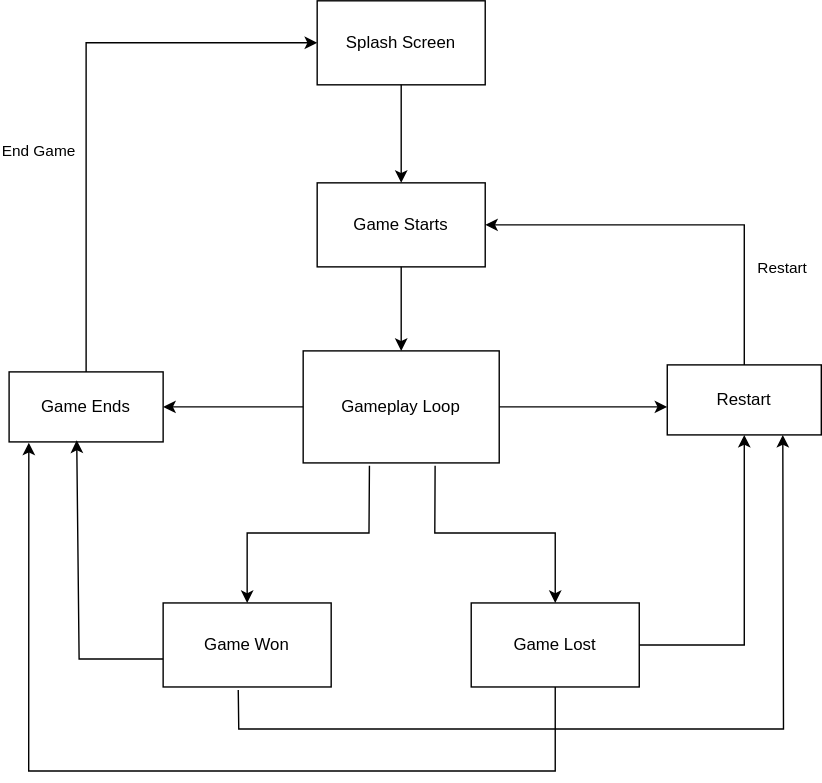
Earlier version of the draw.io export DesignDiagrams/Advanced Features.drawio.svg (king525dev/AngryBirds-NEA). Source tidied: cells renumbered, new cells last; positions are measured from the earlier drawing's top-left corner, leaving out a move shared by most shapes. The source it was exported from:
```xml
<mxGraphModel>
  <root>
    <mxCell id="0" />
    <mxCell id="1" parent="0" />
    <mxCell id="2" value="Game Starts" style="rounded=0;whiteSpace=wrap;html=1;" parent="1" vertex="1">
      <mxGeometry x="220" y="130" width="120" height="60" as="geometry" />
    </mxCell>
    <mxCell id="3" style="endArrow=classic;html=1;rounded=0;exitX=0.5;exitY=1;exitDx=0;exitDy=0;" parent="1" edge="1" source="2">
      <mxGeometry relative="1" as="geometry">
        <mxPoint x="280" y="250" as="targetPoint" />
      </mxGeometry>
    </mxCell>
    <mxCell id="4" value="Gameplay Loop" style="rounded=0;whiteSpace=wrap;html=1;" parent="1" vertex="1">
      <mxGeometry x="210" y="250" width="140" height="80" as="geometry" />
    </mxCell>
    <mxCell id="5" value="Restart" style="rounded=0;whiteSpace=wrap;html=1;" parent="1" vertex="1">
      <mxGeometry x="470" y="260" width="110" height="50" as="geometry" />
    </mxCell>
    <mxCell id="6" style="endArrow=classic;html=1;rounded=0;exitX=1;exitY=0.5;exitDx=0;exitDy=0;entryX=0;entryY=0.6;entryDx=0;entryDy=0;entryPerimeter=0;" parent="1" edge="1" source="4" target="5">
      <mxGeometry relative="1" as="geometry" />
    </mxCell>
    <mxCell id="7" style="endArrow=classic;html=1;rounded=0;exitX=0.5;exitY=0;exitDx=0;exitDy=0;entryX=1;entryY=0.5;entryDx=0;entryDy=0;" parent="1" edge="1" source="5" target="2">
      <mxGeometry relative="1" as="geometry">
        <Array as="points">
          <mxPoint x="525" y="160" />
        </Array>
      </mxGeometry>
    </mxCell>
    <mxCell id="8" value="Restart" style="edgeLabel;html=1;align=center;verticalAlign=middle;" parent="7" vertex="1">
      <mxGeometry x="-0.51" y="-1" relative="1" as="geometry">
        <mxPoint x="25" as="offset" />
      </mxGeometry>
    </mxCell>
    <mxCell id="9" value="Game Ends" style="rounded=0;whiteSpace=wrap;html=1;" parent="1" vertex="1">
      <mxGeometry y="265" width="110" height="50" as="geometry" />
    </mxCell>
    <mxCell id="10" style="endArrow=classic;html=1;rounded=0;exitX=0;exitY=0.5;exitDx=0;exitDy=0;entryX=1;entryY=0.5;entryDx=0;entryDy=0;" parent="1" edge="1" source="4" target="9">
      <mxGeometry relative="1" as="geometry" />
    </mxCell>
    <mxCell id="11" value="Game Won" style="rounded=0;whiteSpace=wrap;html=1;" parent="1" vertex="1">
      <mxGeometry x="110" y="430" width="120" height="60" as="geometry" />
    </mxCell>
    <mxCell id="12" value="Splash Screen" style="rounded=0;whiteSpace=wrap;html=1;" parent="1" vertex="1">
      <mxGeometry x="220" width="120" height="60" as="geometry" />
    </mxCell>
    <mxCell id="13" style="endArrow=classic;html=1;rounded=0;exitX=0.5;exitY=1;exitDx=0;exitDy=0;entryX=0.5;entryY=0;entryDx=0;entryDy=0;" parent="1" edge="1" source="12" target="2">
      <mxGeometry relative="1" as="geometry" />
    </mxCell>
    <mxCell id="14" style="endArrow=classic;html=1;rounded=0;exitX=0.5;exitY=0;exitDx=0;exitDy=0;entryX=0;entryY=0.5;entryDx=0;entryDy=0;" parent="1" edge="1" source="9" target="12">
      <mxGeometry relative="1" as="geometry">
        <Array as="points">
          <mxPoint x="55" y="30" />
        </Array>
      </mxGeometry>
    </mxCell>
    <mxCell id="15" value="End Game" style="edgeLabel;html=1;align=center;verticalAlign=middle;" parent="14" vertex="1">
      <mxGeometry x="-0.2" relative="1" as="geometry">
        <mxPoint x="-35" as="offset" />
      </mxGeometry>
    </mxCell>
    <mxCell id="16" value="Game Lost" style="rounded=0;whiteSpace=wrap;html=1;" parent="1" vertex="1">
      <mxGeometry x="330" y="430" width="120" height="60" as="geometry" />
    </mxCell>
    <mxCell id="17" style="endArrow=classic;html=1;rounded=0;exitX=0.338;exitY=1.026;exitDx=0;exitDy=0;exitPerimeter=0;entryX=0.5;entryY=0;entryDx=0;entryDy=0;" parent="1" edge="1" source="4" target="11">
      <mxGeometry relative="1" as="geometry">
        <Array as="points">
          <mxPoint x="257" y="380" />
          <mxPoint x="170" y="380" />
        </Array>
      </mxGeometry>
    </mxCell>
    <mxCell id="18" style="endArrow=classic;html=1;rounded=0;exitX=0.673;exitY=1.026;exitDx=0;exitDy=0;exitPerimeter=0;entryX=0.5;entryY=0;entryDx=0;entryDy=0;" parent="1" edge="1" source="4" target="16">
      <mxGeometry relative="1" as="geometry">
        <Array as="points">
          <mxPoint x="304" y="380" />
          <mxPoint x="390" y="380" />
        </Array>
      </mxGeometry>
    </mxCell>
    <mxCell id="19" style="endArrow=classic;html=1;rounded=0;exitX=0;exitY=0.667;exitDx=0;exitDy=0;exitPerimeter=0;entryX=0.439;entryY=0.978;entryDx=0;entryDy=0;entryPerimeter=0;" parent="1" edge="1" source="11" target="9">
      <mxGeometry relative="1" as="geometry">
        <Array as="points">
          <mxPoint x="50" y="470" />
        </Array>
      </mxGeometry>
    </mxCell>
    <mxCell id="20" style="endArrow=classic;html=1;rounded=0;exitX=1;exitY=0.5;exitDx=0;exitDy=0;entryX=0.5;entryY=1;entryDx=0;entryDy=0;" parent="1" edge="1" source="16" target="5">
      <mxGeometry relative="1" as="geometry">
        <Array as="points">
          <mxPoint x="525" y="460" />
        </Array>
      </mxGeometry>
    </mxCell>
    <mxCell id="21" style="endArrow=classic;html=1;rounded=0;exitX=0.447;exitY=1.035;exitDx=0;exitDy=0;exitPerimeter=0;entryX=0.75;entryY=1;entryDx=0;entryDy=0;" parent="1" edge="1" source="11" target="5">
      <mxGeometry relative="1" as="geometry">
        <Array as="points">
          <mxPoint x="164" y="520" />
          <mxPoint x="553" y="520" />
        </Array>
      </mxGeometry>
    </mxCell>
    <mxCell id="22" style="endArrow=classic;html=1;rounded=0;exitX=0.5;exitY=1;exitDx=0;exitDy=0;entryX=0.128;entryY=1.011;entryDx=0;entryDy=0;entryPerimeter=0;" parent="1" edge="1" source="16" target="9">
      <mxGeometry relative="1" as="geometry">
        <Array as="points">
          <mxPoint x="390" y="550" />
          <mxPoint x="14" y="550" />
        </Array>
      </mxGeometry>
    </mxCell>
  </root>
</mxGraphModel>
```
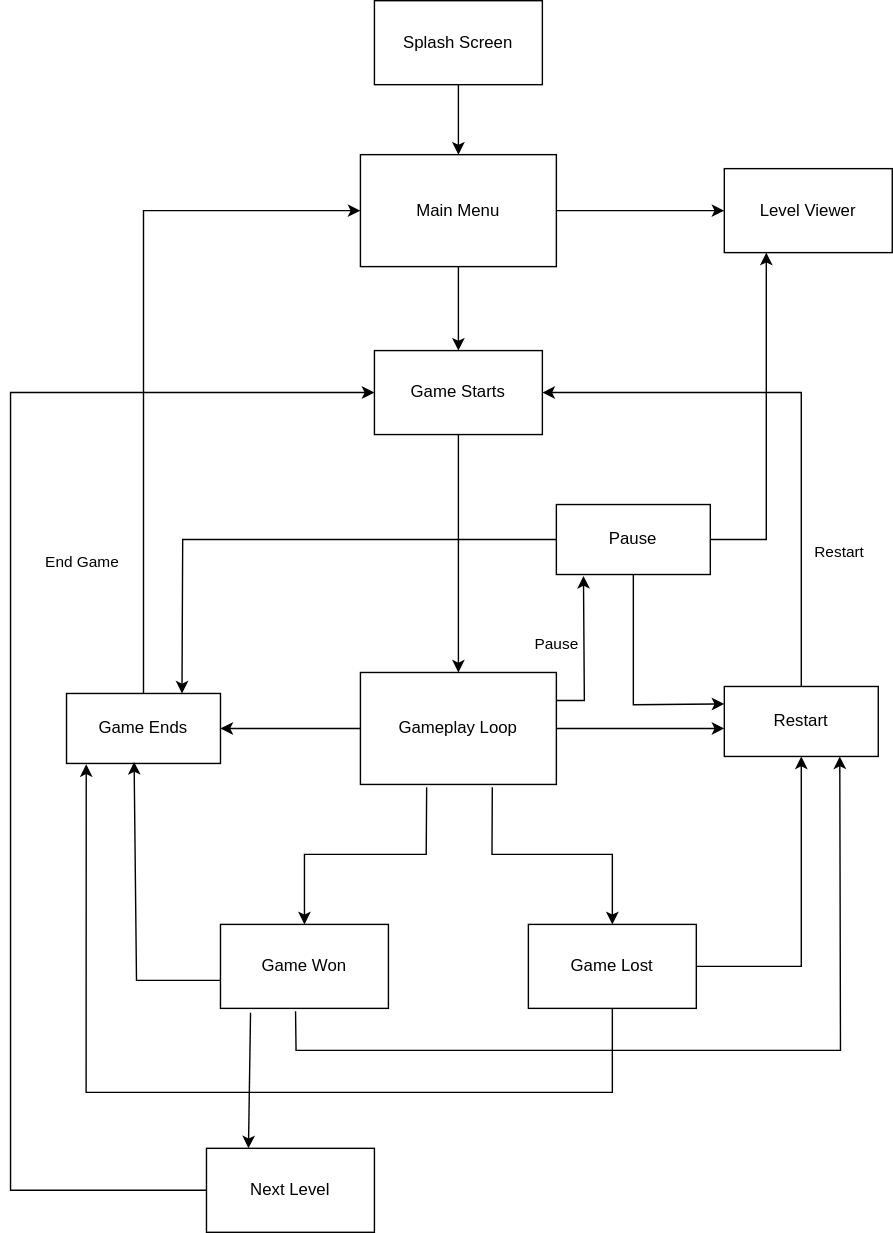
The same diagram one commit later.

What changed in the source:
```diff
@@ -3,12 +3,10 @@
     <mxCell id="0" />
     <mxCell id="1" parent="0" />
     <mxCell id="2" value="Game Starts" style="rounded=0;whiteSpace=wrap;html=1;" parent="1" vertex="1">
-      <mxGeometry x="220" y="130" width="120" height="60" as="geometry" />
+      <mxGeometry x="220" y="20" width="120" height="60" as="geometry" />
     </mxCell>
-    <mxCell id="3" style="endArrow=classic;html=1;rounded=0;exitX=0.5;exitY=1;exitDx=0;exitDy=0;" parent="1" edge="1" source="2">
-      <mxGeometry relative="1" as="geometry">
-        <mxPoint x="280" y="250" as="targetPoint" />
-      </mxGeometry>
+    <mxCell id="3" style="endArrow=classic;html=1;rounded=0;exitX=0.5;exitY=1;exitDx=0;exitDy=0;entryX=0.5;entryY=0;entryDx=0;entryDy=0;" parent="1" edge="1" source="2" target="4">
+      <mxGeometry relative="1" as="geometry" />
     </mxCell>
     <mxCell id="4" value="Gameplay Loop" style="rounded=0;whiteSpace=wrap;html=1;" parent="1" vertex="1">
       <mxGeometry x="210" y="250" width="140" height="80" as="geometry" />
@@ -22,7 +20,7 @@
     <mxCell id="7" style="endArrow=classic;html=1;rounded=0;exitX=0.5;exitY=0;exitDx=0;exitDy=0;entryX=1;entryY=0.5;entryDx=0;entryDy=0;" parent="1" edge="1" source="5" target="2">
       <mxGeometry relative="1" as="geometry">
         <Array as="points">
-          <mxPoint x="525" y="160" />
+          <mxPoint x="525" y="50" />
         </Array>
       </mxGeometry>
     </mxCell>
@@ -41,21 +39,23 @@
       <mxGeometry x="110" y="430" width="120" height="60" as="geometry" />
     </mxCell>
     <mxCell id="12" value="Splash Screen" style="rounded=0;whiteSpace=wrap;html=1;" parent="1" vertex="1">
-      <mxGeometry x="220" width="120" height="60" as="geometry" />
+      <mxGeometry x="220" y="-230" width="120" height="60" as="geometry" />
     </mxCell>
-    <mxCell id="13" style="endArrow=classic;html=1;rounded=0;exitX=0.5;exitY=1;exitDx=0;exitDy=0;entryX=0.5;entryY=0;entryDx=0;entryDy=0;" parent="1" edge="1" source="12" target="2">
-      <mxGeometry relative="1" as="geometry" />
+    <mxCell id="13" style="endArrow=classic;html=1;rounded=0;exitX=0.5;exitY=1;exitDx=0;exitDy=0;" parent="1" edge="1" source="12">
+      <mxGeometry relative="1" as="geometry">
+        <mxPoint x="280" y="-120" as="targetPoint" />
+      </mxGeometry>
     </mxCell>
-    <mxCell id="14" style="endArrow=classic;html=1;rounded=0;exitX=0.5;exitY=0;exitDx=0;exitDy=0;entryX=0;entryY=0.5;entryDx=0;entryDy=0;" parent="1" edge="1" source="9" target="12">
+    <mxCell id="14" style="endArrow=classic;html=1;rounded=0;exitX=0.5;exitY=0;exitDx=0;exitDy=0;entryX=0;entryY=0.5;entryDx=0;entryDy=0;" parent="1" edge="1" source="9" target="23">
       <mxGeometry relative="1" as="geometry">
         <Array as="points">
-          <mxPoint x="55" y="30" />
+          <mxPoint x="55" y="-80" />
         </Array>
       </mxGeometry>
     </mxCell>
     <mxCell id="15" value="End Game" style="edgeLabel;html=1;align=center;verticalAlign=middle;" parent="14" vertex="1">
       <mxGeometry x="-0.2" relative="1" as="geometry">
-        <mxPoint x="-35" as="offset" />
+        <mxPoint x="-45" y="104" as="offset" />
       </mxGeometry>
     </mxCell>
     <mxCell id="16" value="Game Lost" style="rounded=0;whiteSpace=wrap;html=1;" parent="1" vertex="1">
@@ -107,5 +107,67 @@
         </Array>
       </mxGeometry>
     </mxCell>
+    <mxCell id="23" value="Main Menu" style="rounded=0;whiteSpace=wrap;html=1;" parent="1" vertex="1">
+      <mxGeometry x="210" y="-120" width="140" height="80" as="geometry" />
+    </mxCell>
+    <mxCell id="24" value="Level Viewer" style="rounded=0;whiteSpace=wrap;html=1;" parent="1" vertex="1">
+      <mxGeometry x="470" y="-110" width="120" height="60" as="geometry" />
+    </mxCell>
+    <mxCell id="25" style="endArrow=classic;html=1;rounded=0;entryX=0;entryY=0.5;entryDx=0;entryDy=0;exitX=1;exitY=0.5;exitDx=0;exitDy=0;" parent="1" edge="1" source="23" target="24">
+      <mxGeometry relative="1" as="geometry" />
+    </mxCell>
+    <mxCell id="26" style="endArrow=classic;html=1;rounded=0;exitX=0.5;exitY=1;exitDx=0;exitDy=0;" parent="1" edge="1" source="23" target="2">
+      <mxGeometry relative="1" as="geometry" />
+    </mxCell>
+    <mxCell id="27" value="Pause" style="rounded=0;whiteSpace=wrap;html=1;" parent="1" vertex="1">
+      <mxGeometry x="350" y="130" width="110" height="50" as="geometry" />
+    </mxCell>
+    <mxCell id="28" value="Next Level" style="rounded=0;whiteSpace=wrap;html=1;" parent="1" vertex="1">
+      <mxGeometry x="100" y="590" width="120" height="60" as="geometry" />
+    </mxCell>
+    <mxCell id="29" style="endArrow=classic;html=1;rounded=0;exitX=0.179;exitY=1.053;exitDx=0;exitDy=0;exitPerimeter=0;entryX=0.25;entryY=0;entryDx=0;entryDy=0;" parent="1" edge="1" source="11" target="28">
+      <mxGeometry relative="1" as="geometry" />
+    </mxCell>
+    <mxCell id="30" style="endArrow=classic;html=1;rounded=0;exitX=0.5;exitY=1;exitDx=0;exitDy=0;entryX=0;entryY=0.25;entryDx=0;entryDy=0;" parent="1" edge="1" source="27" target="5">
+      <mxGeometry relative="1" as="geometry">
+        <Array as="points">
+          <mxPoint x="405" y="273" />
+        </Array>
+      </mxGeometry>
+    </mxCell>
+    <mxCell id="31" style="endArrow=classic;html=1;rounded=0;exitX=0;exitY=0.5;exitDx=0;exitDy=0;entryX=0.75;entryY=0;entryDx=0;entryDy=0;" parent="1" edge="1" source="27" target="9">
+      <mxGeometry relative="1" as="geometry">
+        <Array as="points">
+          <mxPoint x="83" y="155" />
+        </Array>
+      </mxGeometry>
+    </mxCell>
+    <mxCell id="32" style="endArrow=classic;html=1;rounded=0;exitX=1;exitY=0.5;exitDx=0;exitDy=0;entryX=0.25;entryY=1;entryDx=0;entryDy=0;" parent="1" edge="1" source="27" target="24">
+      <mxGeometry relative="1" as="geometry">
+        <Array as="points">
+          <mxPoint x="500" y="155" />
+        </Array>
+      </mxGeometry>
+    </mxCell>
+    <mxCell id="33" style="endArrow=classic;html=1;rounded=0;exitX=1;exitY=0.25;exitDx=0;exitDy=0;entryX=0.176;entryY=1.02;entryDx=0;entryDy=0;entryPerimeter=0;" parent="1" edge="1" source="4" target="27">
+      <mxGeometry relative="1" as="geometry">
+        <Array as="points">
+          <mxPoint x="370" y="270" />
+        </Array>
+      </mxGeometry>
+    </mxCell>
+    <mxCell id="34" value="Pause" style="edgeLabel;html=1;align=center;verticalAlign=middle;" parent="33" vertex="1">
+      <mxGeometry x="-0.05" y="-2" relative="1" as="geometry">
+        <mxPoint x="-22" y="-9" as="offset" />
+      </mxGeometry>
+    </mxCell>
+    <mxCell id="35" style="endArrow=classic;html=1;rounded=0;exitX=0;exitY=0.5;exitDx=0;exitDy=0;entryX=0;entryY=0.5;entryDx=0;entryDy=0;" parent="1" edge="1" source="28" target="2">
+      <mxGeometry relative="1" as="geometry">
+        <Array as="points">
+          <mxPoint x="-40" y="620" />
+          <mxPoint x="-40" y="50" />
+        </Array>
+      </mxGeometry>
+    </mxCell>
   </root>
 </mxGraphModel>
```
